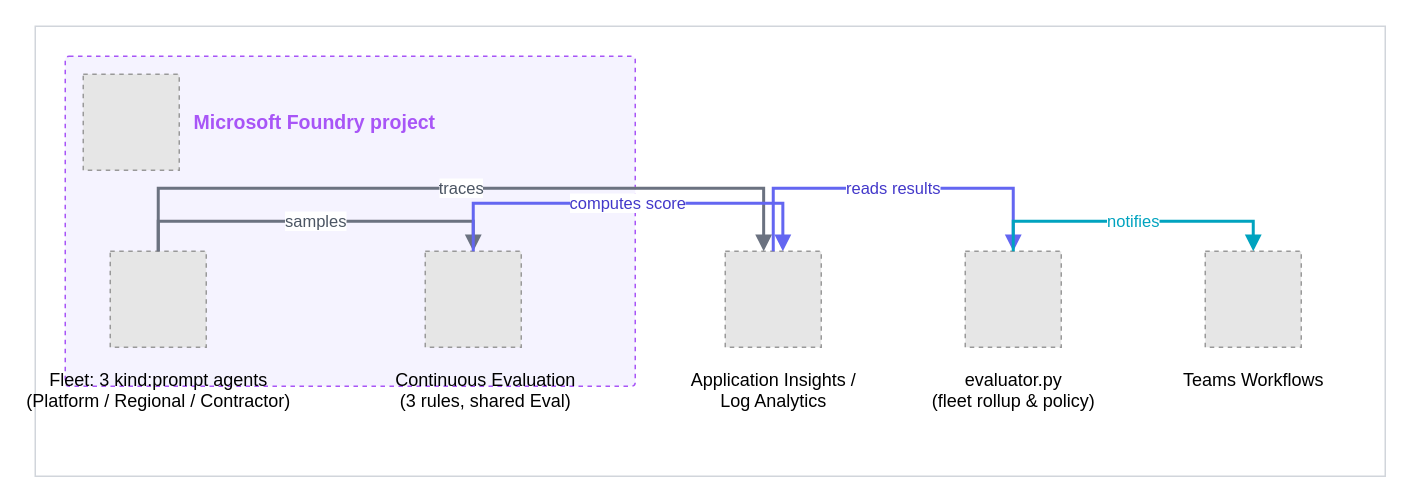
Earlier version of the draw.io diagram controls/grounding_and_quality/QLT-001_hallucination_rate_high/docs/architecture.drawio (doruit/forged-with-foundry). Source tidied: cells renumbered, new cells numbered last; positions are measured from the earlier drawing's top-left corner, leaving out a move shared by most shapes. Both pictures are drawn from the tidied source at 150%, with x=0, y=0 at pixel (34, 26). Pictures stored in the file or linked from it are replaced by grey dashed boxes.
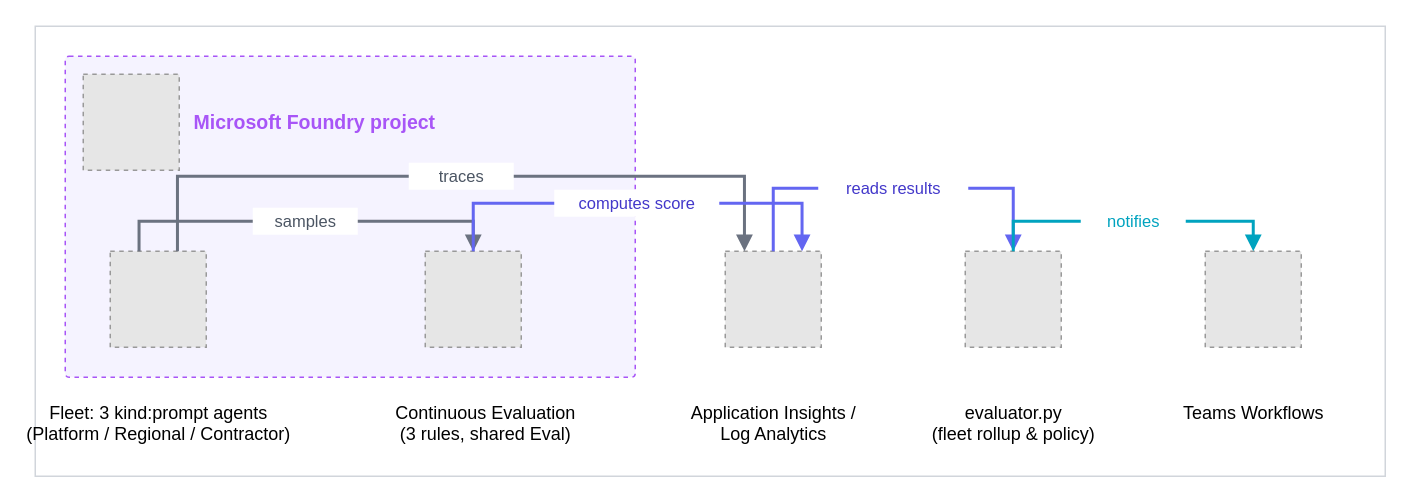
The same page after the edit.

Commit message (it also covers changes not shown here):
Enhance QLT-001 architecture documentation and remediation guidance

The change refers to these unchanged cells:
```xml
<mxCell id="6" style="fillColor=#E6E6E6;strokeColor=#999999;dashed=1;verticalLabelPosition=bottom;verticalAlign=top;" parent="1" vertex="1">
  <mxGeometry x="50" y="150" width="64" height="64" as="geometry" />
</mxCell>
<mxCell id="8" style="fillColor=#E6E6E6;strokeColor=#999999;dashed=1;" parent="1" vertex="1">
  <mxGeometry x="260" y="150" width="64" height="64" as="geometry" />
</mxCell>
<mxCell id="10" style="fillColor=#E6E6E6;strokeColor=#999999;dashed=1;" parent="1" vertex="1">
  <mxGeometry x="460" y="150" width="64" height="64" as="geometry" />
</mxCell>
<mxCell id="12" style="fillColor=#E6E6E6;strokeColor=#999999;dashed=1;" parent="1" vertex="1">
  <mxGeometry x="620" y="150" width="64" height="64" as="geometry" />
</mxCell>
<mxCell id="14" style="fillColor=#E6E6E6;strokeColor=#999999;dashed=1;" parent="1" vertex="1">
  <mxGeometry x="780" y="150" width="64" height="64" as="geometry" />
</mxCell>
```

Change to the diagram source:
```diff
@@
     <mxCell id="3" style="rounded=1;arcSize=5;absoluteArcSize=1;whiteSpace=wrap;html=1;fillColor=#F5F3FF;strokeColor=#A855F7;dashed=1;verticalAlign=top;" parent="1" vertex="1">
-      <mxGeometry x="20" y="20" width="380" height="220" as="geometry" />
+      <mxGeometry x="20" y="20" width="380" height="214" as="geometry" />
     </mxCell>
@@
     <mxCell id="7" value="Fleet: 3 kind:prompt agents&#10;(Platform / Regional / Contractor)" style="text;html=1;align=center;fontSize=12;" parent="1" vertex="1">
-      <mxGeometry x="10" y="222" width="144" height="34" as="geometry" />
+      <mxGeometry x="10" y="244" width="144" height="34" as="geometry" />
     </mxCell>
@@
     <mxCell id="9" value="Continuous Evaluation&#10;(3 rules, shared Eval)" style="text;html=1;align=center;fontSize=12;" parent="1" vertex="1">
-      <mxGeometry x="220" y="222" width="160" height="34" as="geometry" />
+      <mxGeometry x="220" y="244" width="160" height="34" as="geometry" />
     </mxCell>
@@
     <mxCell id="11" value="Application Insights /&#10;Log Analytics" style="text;html=1;align=center;fontSize=12;" parent="1" vertex="1">
-      <mxGeometry x="420" y="222" width="144" height="34" as="geometry" />
+      <mxGeometry x="420" y="244" width="144" height="34" as="geometry" />
     </mxCell>
@@
     <mxCell id="13" value="evaluator.py&#10;(fleet rollup &amp; policy)" style="text;html=1;align=center;fontSize=12;" parent="1" vertex="1">
-      <mxGeometry x="560" y="222" width="184" height="34" as="geometry" />
+      <mxGeometry x="560" y="244" width="184" height="34" as="geometry" />
     </mxCell>
@@
     <mxCell id="15" value="Teams Workflows" style="text;html=1;align=center;fontSize=12;" parent="1" vertex="1">
-      <mxGeometry x="740" y="222" width="144" height="20" as="geometry" />
+      <mxGeometry x="740" y="244" width="144" height="20" as="geometry" />
     </mxCell>
-    <mxCell id="16" value="samples" style="edgeStyle=orthogonalEdgeStyle;rounded=0;html=1;endArrow=block;strokeWidth=2;strokeColor=#6B7280;fontColor=#4B5563;fontSize=11;labelBackgroundColor=#ffffff;exitX=0.5;exitY=0;exitDx=0;exitDy=0;entryX=0.5;entryY=0;entryDx=0;entryDy=0;" parent="1" edge="1" source="6" target="8">
+    <mxCell id="16" style="edgeStyle=orthogonalEdgeStyle;rounded=0;html=1;endArrow=block;strokeWidth=2;strokeColor=#6B7280;exitX=0.3;exitY=0;exitDx=0;exitDy=0;entryX=0.5;entryY=0;entryDx=0;entryDy=0;" parent="1" edge="1" source="6" target="8">
       <mxGeometry relative="1" as="geometry">
         <Array as="points">
-          <mxPoint x="82" y="130" />
+          <mxPoint x="69" y="130" />
           <mxPoint x="292" y="130" />
         </Array>
       </mxGeometry>
     </mxCell>
+    <mxCell id="21" style="rounded=0;whiteSpace=wrap;html=1;fillColor=#ffffff;strokeColor=none;" parent="1" vertex="1">
+      <mxGeometry x="145" y="121" width="70" height="18" as="geometry" />
+    </mxCell>
+    <mxCell id="22" value="samples" style="text;html=1;align=center;verticalAlign=middle;fontSize=11;fontColor=#4B5563;" parent="1" vertex="1">
+      <mxGeometry x="145" y="121" width="70" height="18" as="geometry" />
+    </mxCell>
-    <mxCell id="17" value="traces" style="edgeStyle=orthogonalEdgeStyle;rounded=0;html=1;endArrow=block;strokeWidth=2;strokeColor=#6B7280;fontColor=#4B5563;fontSize=11;labelBackgroundColor=#ffffff;exitX=0.5;exitY=0;exitDx=0;exitDy=0;entryX=0.4;entryY=0;entryDx=0;entryDy=0;" parent="1" edge="1" source="6" target="10">
+    <mxCell id="17" style="edgeStyle=orthogonalEdgeStyle;rounded=0;html=1;endArrow=block;strokeWidth=2;strokeColor=#6B7280;exitX=0.7;exitY=0;exitDx=0;exitDy=0;entryX=0.2;entryY=0;entryDx=0;entryDy=0;" parent="1" edge="1" source="6" target="10">
       <mxGeometry relative="1" as="geometry">
         <Array as="points">
-          <mxPoint x="82" y="108" />
-          <mxPoint x="486" y="108" />
+          <mxPoint x="95" y="100" />
+          <mxPoint x="473" y="100" />
         </Array>
       </mxGeometry>
     </mxCell>
+    <mxCell id="23" style="rounded=0;whiteSpace=wrap;html=1;fillColor=#ffffff;strokeColor=none;" parent="1" vertex="1">
+      <mxGeometry x="249" y="91" width="70" height="18" as="geometry" />
+    </mxCell>
+    <mxCell id="24" value="traces" style="text;html=1;align=center;verticalAlign=middle;fontSize=11;fontColor=#4B5563;" parent="1" vertex="1">
+      <mxGeometry x="249" y="91" width="70" height="18" as="geometry" />
+    </mxCell>
-    <mxCell id="18" value="computes score" style="edgeStyle=orthogonalEdgeStyle;rounded=0;html=1;endArrow=block;strokeWidth=2;strokeColor=#6366F1;fontColor=#4338CA;fontSize=11;labelBackgroundColor=#ffffff;exitX=0.5;exitY=0;exitDx=0;exitDy=0;entryX=0.6;entryY=0;entryDx=0;entryDy=0;" parent="1" edge="1" source="8" target="10">
+    <mxCell id="18" style="edgeStyle=orthogonalEdgeStyle;rounded=0;html=1;endArrow=block;strokeWidth=2;strokeColor=#6366F1;exitX=0.5;exitY=0;exitDx=0;exitDy=0;entryX=0.8;entryY=0;entryDx=0;entryDy=0;" parent="1" edge="1" source="8" target="10">
       <mxGeometry relative="1" as="geometry">
         <Array as="points">
           <mxPoint x="292" y="118" />
-          <mxPoint x="498" y="118" />
+          <mxPoint x="511" y="118" />
         </Array>
       </mxGeometry>
     </mxCell>
+    <mxCell id="25" style="rounded=0;whiteSpace=wrap;html=1;fillColor=#ffffff;strokeColor=none;" parent="1" vertex="1">
+      <mxGeometry x="346" y="109" width="110" height="18" as="geometry" />
+    </mxCell>
+    <mxCell id="26" value="computes score" style="text;html=1;align=center;verticalAlign=middle;fontSize=11;fontColor=#4338CA;" parent="1" vertex="1">
+      <mxGeometry x="346" y="109" width="110" height="18" as="geometry" />
+    </mxCell>
-    <mxCell id="19" value="reads results" style="edgeStyle=orthogonalEdgeStyle;rounded=0;html=1;endArrow=block;strokeWidth=2;strokeColor=#6366F1;fontColor=#4338CA;fontSize=11;labelBackgroundColor=#ffffff;exitX=0.5;exitY=0;exitDx=0;exitDy=0;entryX=0.5;entryY=0;entryDx=0;entryDy=0;" parent="1" edge="1" source="10" target="12">
+    <mxCell id="19" style="edgeStyle=orthogonalEdgeStyle;rounded=0;html=1;endArrow=block;strokeWidth=2;strokeColor=#6366F1;exitX=0.5;exitY=0;exitDx=0;exitDy=0;entryX=0.5;entryY=0;entryDx=0;entryDy=0;" parent="1" edge="1" source="10" target="12">
       <mxGeometry relative="1" as="geometry">
         <Array as="points">
           <mxPoint x="492" y="108" />
           <mxPoint x="652" y="108" />
         </Array>
       </mxGeometry>
     </mxCell>
+    <mxCell id="27" style="rounded=0;whiteSpace=wrap;html=1;fillColor=#ffffff;strokeColor=none;" parent="1" vertex="1">
+      <mxGeometry x="522" y="99" width="100" height="18" as="geometry" />
+    </mxCell>
+    <mxCell id="28" value="reads results" style="text;html=1;align=center;verticalAlign=middle;fontSize=11;fontColor=#4338CA;" parent="1" vertex="1">
+      <mxGeometry x="522" y="99" width="100" height="18" as="geometry" />
+    </mxCell>
-    <mxCell id="20" value="notifies" style="edgeStyle=orthogonalEdgeStyle;rounded=0;html=1;endArrow=block;strokeWidth=2;strokeColor=#00A3BF;fontColor=#00A3BF;fontSize=11;labelBackgroundColor=#ffffff;exitX=0.5;exitY=0;exitDx=0;exitDy=0;entryX=0.5;entryY=0;entryDx=0;entryDy=0;" parent="1" edge="1" source="12" target="14">
+    <mxCell id="20" style="edgeStyle=orthogonalEdgeStyle;rounded=0;html=1;endArrow=block;strokeWidth=2;strokeColor=#00A3BF;exitX=0.5;exitY=0;exitDx=0;exitDy=0;entryX=0.5;entryY=0;entryDx=0;entryDy=0;" parent="1" edge="1" source="12" target="14">
       <mxGeometry relative="1" as="geometry">
         <Array as="points">
           <mxPoint x="652" y="130" />
           <mxPoint x="812" y="130" />
         </Array>
       </mxGeometry>
     </mxCell>
+    <mxCell id="29" style="rounded=0;whiteSpace=wrap;html=1;fillColor=#ffffff;strokeColor=none;" parent="1" vertex="1">
+      <mxGeometry x="697" y="121" width="70" height="18" as="geometry" />
+    </mxCell>
+    <mxCell id="30" value="notifies" style="text;html=1;align=center;verticalAlign=middle;fontSize=11;fontColor=#00A3BF;" parent="1" vertex="1">
+      <mxGeometry x="697" y="121" width="70" height="18" as="geometry" />
+    </mxCell>
```
